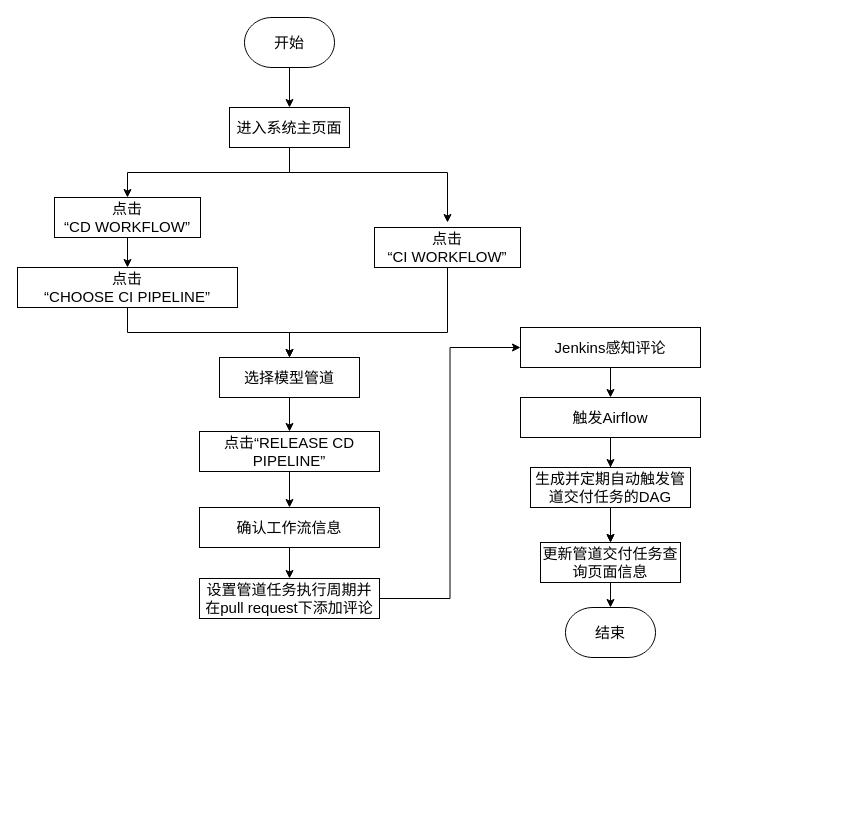
Before: 管道交付任务申请流程图.drawio in Sequin-hdd/COINFO, a draw.io diagram. Source tidied: cells renumbered, new cells numbered last; positions are measured from the earlier drawing's top-left corner, leaving out a move shared by most shapes. Both pictures are drawn from the tidied source at 100%, with x=0, y=0 at pixel (17, 17).
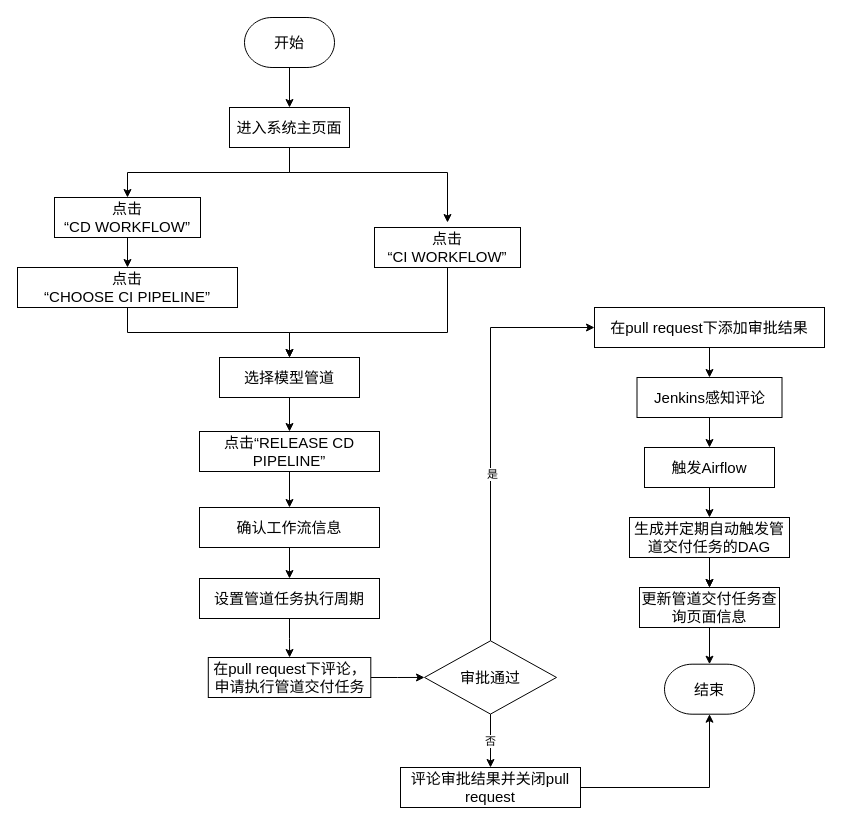
Above is the later version.

Commit message (it also covers changes not shown here):
更新管道交付任务申请流程图.drawio

The edit, as a diff of the source:
```diff
@@
-    <mxCell id="19" style="edgeStyle=orthogonalEdgeStyle;rounded=0;jettySize=auto;html=1;exitX=1;exitY=0.5;exitDx=0;exitDy=0;entryX=0;entryY=0.5;entryDx=0;entryDy=0;" parent="1" edge="1" source="20" target="22">
+    <mxCell id="19" style="edgeStyle=orthogonalEdgeStyle;rounded=0;jettySize=auto;html=1;exitX=0.5;exitY=0;exitDx=0;exitDy=0;entryX=0;entryY=0.5;entryDx=0;entryDy=0;" parent="1" edge="1" source="37" target="39">
       <mxGeometry relative="1" as="geometry" />
     </mxCell>
+    <mxCell id="32" value="是" style="edgeLabel;html=1;align=center;verticalAlign=middle;" parent="19" vertex="1">
+      <mxGeometry x="-0.2" y="-1" relative="1" as="geometry" />
+    </mxCell>
+    <mxCell id="33" style="edgeStyle=orthogonalEdgeStyle;rounded=0;jettySize=auto;html=1;exitX=0.5;exitY=1;exitDx=0;exitDy=0;" parent="1" edge="1" source="20" target="35">
+      <mxGeometry relative="1" as="geometry" />
+    </mxCell>
-    <mxCell id="20" value="&lt;span style=&quot;font-size: 15px&quot;&gt;设置管道任务执行周期并在pull request下添加评论&lt;br&gt;&lt;/span&gt;" style="rounded=0;whiteSpace=wrap;html=1;" parent="1" vertex="1">
+    <mxCell id="20" value="&lt;span style=&quot;font-size: 15px&quot;&gt;设置管道任务执行周期&lt;br&gt;&lt;/span&gt;" style="rounded=0;whiteSpace=wrap;html=1;" parent="1" vertex="1">
       <mxGeometry x="182" y="561" width="180" height="40" as="geometry" />
     </mxCell>
@@
     <mxCell id="22" value="&lt;span style=&quot;font-size: 15px&quot;&gt;Jenkins感知评论&lt;br&gt;&lt;/span&gt;" style="rounded=0;whiteSpace=wrap;html=1;" parent="1" vertex="1">
-      <mxGeometry x="503" y="310" width="180" height="40" as="geometry" />
+      <mxGeometry x="619.5" y="360" width="145" height="40" as="geometry" />
     </mxCell>
-    <mxCell id="23" style="edgeStyle=orthogonalEdgeStyle;rounded=0;jettySize=auto;html=1;exitX=0.5;exitY=1;exitDx=0;exitDy=0;entryX=0.5;entryY=0;entryDx=0;entryDy=0;" parent="1" edge="1" target="30">
-      <mxGeometry relative="1" as="geometry">
-        <mxPoint x="593" y="439" as="sourcePoint" />
-      </mxGeometry>
+    <mxCell id="23" style="edgeStyle=orthogonalEdgeStyle;rounded=0;jettySize=auto;html=1;exitX=0.5;exitY=1;exitDx=0;exitDy=0;entryX=0.5;entryY=0;entryDx=0;entryDy=0;" parent="1" edge="1" source="25" target="30">
+      <mxGeometry relative="1" as="geometry" />
     </mxCell>
@@
     <mxCell id="25" value="&lt;span style=&quot;font-size: 15px&quot;&gt;触发Airflow&lt;br&gt;&lt;/span&gt;" style="rounded=0;whiteSpace=wrap;html=1;" parent="1" vertex="1">
-      <mxGeometry x="503" y="380" width="180" height="40" as="geometry" />
+      <mxGeometry x="627" y="430" width="130" height="40" as="geometry" />
     </mxCell>
@@
     <mxCell id="28" value="&lt;span style=&quot;font-size: 15px&quot;&gt;更新管道交付任务查询页面信息&lt;br&gt;&lt;/span&gt;" style="rounded=0;whiteSpace=wrap;html=1;" parent="1" vertex="1">
-      <mxGeometry x="523" y="525" width="140" height="40" as="geometry" />
+      <mxGeometry x="622" y="570" width="140" height="40" as="geometry" />
     </mxCell>
     <mxCell id="29" value="结束" style="strokeWidth=1;html=1;shape=mxgraph.flowchart.terminator;whiteSpace=wrap;rounded=1;glass=0;fontSize=15;" parent="1" vertex="1">
-      <mxGeometry x="548" y="590" width="90" height="50" as="geometry" />
+      <mxGeometry x="647" y="646.7" width="90" height="50" as="geometry" />
     </mxCell>
     <mxCell id="30" value="&lt;span style=&quot;font-size: 15px&quot;&gt;生成并定期自动触发管道交付任务的DAG&lt;br&gt;&lt;/span&gt;" style="rounded=0;whiteSpace=wrap;html=1;" parent="1" vertex="1">
-      <mxGeometry x="513" y="450" width="160" height="40" as="geometry" />
+      <mxGeometry x="612" y="500" width="160" height="40" as="geometry" />
     </mxCell>
-    <mxCell id="31" style="edgeStyle=orthogonalEdgeStyle;rounded=0;jettySize=auto;html=1;endArrow=none;" parent="1" edge="1" source="25" target="30">
-      <mxGeometry relative="1" as="geometry" />
-    </mxCell>
+    <mxCell id="34" style="edgeStyle=orthogonalEdgeStyle;rounded=0;jettySize=auto;html=1;exitX=1;exitY=0.5;exitDx=0;exitDy=0;entryX=0;entryY=0.5;entryDx=0;entryDy=0;" parent="1" edge="1" source="35" target="37">
+      <mxGeometry relative="1" as="geometry" />
+    </mxCell>
+    <mxCell id="35" value="&lt;span style=&quot;font-size: 15px&quot;&gt;在pull request下评论，申请执行管道交付任务&lt;br&gt;&lt;/span&gt;" style="rounded=0;whiteSpace=wrap;html=1;" parent="1" vertex="1">
+      <mxGeometry x="190.8" y="640" width="162.5" height="40" as="geometry" />
+    </mxCell>
+    <mxCell id="36" value="否" style="edgeStyle=orthogonalEdgeStyle;rounded=0;jettySize=auto;html=1;exitX=0.5;exitY=1;exitDx=0;exitDy=0;" parent="1" edge="1" source="37" target="41">
+      <mxGeometry relative="1" as="geometry" />
+    </mxCell>
+    <mxCell id="37" value="&lt;span style=&quot;font-size: 15px&quot;&gt;审批通过&lt;/span&gt;" style="rhombus;whiteSpace=wrap;html=1;" parent="1" vertex="1">
+      <mxGeometry x="407" y="623.3" width="132" height="73.3" as="geometry" />
+    </mxCell>
+    <mxCell id="38" style="edgeStyle=orthogonalEdgeStyle;rounded=0;jettySize=auto;html=1;exitX=0.5;exitY=1;exitDx=0;exitDy=0;entryX=0.5;entryY=0;entryDx=0;entryDy=0;" parent="1" edge="1" source="39" target="22">
+      <mxGeometry relative="1" as="geometry" />
+    </mxCell>
+    <mxCell id="39" value="&lt;span style=&quot;font-size: 15px&quot;&gt;在pull request下添加审批结果&lt;br&gt;&lt;/span&gt;" style="rounded=0;whiteSpace=wrap;html=1;" parent="1" vertex="1">
+      <mxGeometry x="577" y="290" width="230" height="40" as="geometry" />
+    </mxCell>
+    <mxCell id="40" style="edgeStyle=orthogonalEdgeStyle;rounded=0;jettySize=auto;html=1;entryX=0.5;entryY=1;entryDx=0;entryDy=0;entryPerimeter=0;" parent="1" edge="1" source="41" target="29">
+      <mxGeometry relative="1" as="geometry" />
+    </mxCell>
+    <mxCell id="41" value="&lt;span style=&quot;font-size: 15px&quot;&gt;评论审批结果并关闭pull request&lt;br&gt;&lt;/span&gt;" style="rounded=0;whiteSpace=wrap;html=1;" parent="1" vertex="1">
+      <mxGeometry x="383" y="750" width="180" height="40" as="geometry" />
+    </mxCell>
```
